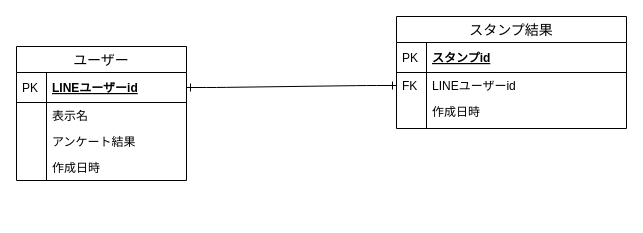
The draw.io diagram ER/stamp_rally.dio in kaneyan0607/line-stamp-rally, before the edit. Source tidied: cells renumbered, new cells numbered last; positions are measured from the earlier drawing's top-left corner, leaving out a move shared by most shapes. Both pictures are drawn from the tidied source at 100%, with x=0, y=0 at pixel (16, 16).
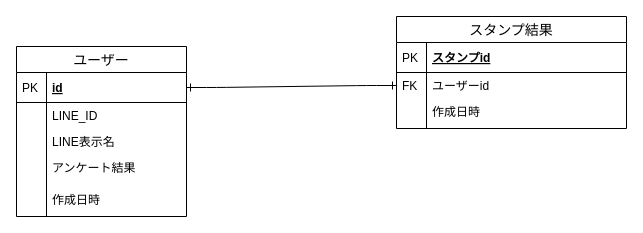
The same page after the edit.

Commit message:
fix:line_idが英数でも対応できるよう修正

The change refers to these unchanged cells:
```xml
<mxCell id="11" value="スタンプ結果" style="swimlane;fontStyle=0;horizontal=1;startSize=26;align=center;fontSize=14;" parent="1" vertex="1">
  <mxGeometry x="380" width="230" height="112" as="geometry" />
</mxCell>
```

What changed in the source:
```diff
@@
     <mxCell id="2" value="ユーザー" style="swimlane;fontStyle=0;horizontal=1;startSize=26;align=center;fontSize=14;" parent="1" vertex="1">
-      <mxGeometry y="30" width="170" height="134" as="geometry" />
+      <mxGeometry y="30" width="170" height="170" as="geometry" />
     </mxCell>
-    <mxCell id="3" value="LINEユーザーid" style="shape=partialRectangle;top=0;left=0;right=0;bottom=1;align=left;verticalAlign=middle;fillColor=none;spacingLeft=34;spacingRight=4;overflow=hidden;points=[[0,0.5],[1,0.5]];portConstraint=eastwest;fontStyle=5;fontSize=12;" parent="2" vertex="1">
+    <mxCell id="3" value="id" style="shape=partialRectangle;top=0;left=0;right=0;bottom=1;align=left;verticalAlign=middle;fillColor=none;spacingLeft=34;spacingRight=4;overflow=hidden;points=[[0,0.5],[1,0.5]];portConstraint=eastwest;fontStyle=5;fontSize=12;" parent="2" vertex="1">
       <mxGeometry y="26" width="170" height="30" as="geometry" />
     </mxCell>
@@
-    <mxCell id="5" value="表示名" style="shape=partialRectangle;top=0;left=0;right=0;bottom=0;align=left;verticalAlign=top;fillColor=none;spacingLeft=34;spacingRight=4;overflow=hidden;fontSize=12;" parent="2" vertex="1">
+    <mxCell id="5" value="LINE_ID" style="shape=partialRectangle;top=0;left=0;right=0;bottom=0;align=left;verticalAlign=top;fillColor=none;spacingLeft=34;spacingRight=4;overflow=hidden;fontSize=12;" parent="2" vertex="1">
       <mxGeometry y="56" width="170" height="26" as="geometry" />
     </mxCell>
@@
-    <mxCell id="7" value="アンケート結果" style="shape=partialRectangle;top=0;left=0;right=0;bottom=0;align=left;verticalAlign=top;fillColor=none;spacingLeft=34;spacingRight=4;overflow=hidden;fontSize=12;" parent="2" vertex="1">
+    <mxCell id="7" value="LINE表示名" style="shape=partialRectangle;top=0;left=0;right=0;bottom=0;align=left;verticalAlign=top;fillColor=none;spacingLeft=34;spacingRight=4;overflow=hidden;fontSize=12;" parent="2" vertex="1">
       <mxGeometry y="82" width="170" height="26" as="geometry" />
     </mxCell>
@@
+    <mxCell id="19" value="アンケート結果" style="shape=partialRectangle;top=0;left=0;right=0;bottom=0;align=left;verticalAlign=top;fillColor=none;spacingLeft=34;spacingRight=4;overflow=hidden;fontSize=12;" parent="2" vertex="1">
+      <mxGeometry y="108" width="170" height="32" as="geometry" />
+    </mxCell>
+    <mxCell id="20" style="shape=partialRectangle;top=0;left=0;bottom=0;fillColor=none;align=left;verticalAlign=top;spacingLeft=4;spacingRight=4;overflow=hidden;fontSize=12;" parent="19" vertex="1">
+      <mxGeometry width="30" height="32" as="geometry" />
+    </mxCell>
     <mxCell id="9" value="作成日時" style="shape=partialRectangle;top=0;left=0;right=0;bottom=0;align=left;verticalAlign=top;fillColor=none;spacingLeft=34;spacingRight=4;overflow=hidden;fontSize=12;" parent="2" vertex="1">
-      <mxGeometry y="108" width="170" height="26" as="geometry" />
+      <mxGeometry y="140" width="170" height="30" as="geometry" />
     </mxCell>
     <mxCell id="10" style="shape=partialRectangle;top=0;left=0;bottom=0;fillColor=none;align=left;verticalAlign=top;spacingLeft=4;spacingRight=4;overflow=hidden;fontSize=12;" parent="9" vertex="1">
-      <mxGeometry width="30" height="26" as="geometry" />
+      <mxGeometry width="30" height="30" as="geometry" />
     </mxCell>
@@
-    <mxCell id="14" value="LINEユーザーid&#10;" style="shape=partialRectangle;top=0;left=0;right=0;bottom=0;align=left;verticalAlign=top;fillColor=none;spacingLeft=34;spacingRight=4;overflow=hidden;points=[[0,0.5],[1,0.5]];portConstraint=eastwest;fontSize=12;" parent="11" vertex="1">
+    <mxCell id="14" value="ユーザーid&#10;" style="shape=partialRectangle;top=0;left=0;right=0;bottom=0;align=left;verticalAlign=top;fillColor=none;spacingLeft=34;spacingRight=4;overflow=hidden;points=[[0,0.5],[1,0.5]];portConstraint=eastwest;fontSize=12;" parent="11" vertex="1">
       <mxGeometry y="56" width="230" height="26" as="geometry" />
     </mxCell>
```
